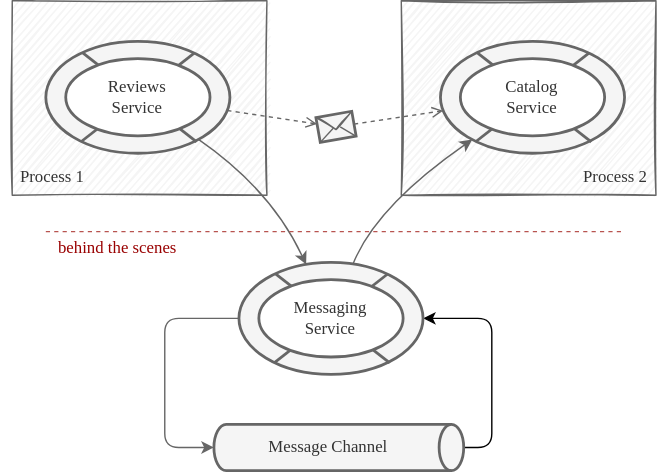
Earlier version of the draw.io export guides/messaging/assets/remote.drawio.svg (cap-js/docs). Source tidied: cells renumbered, new cells last; positions are measured from the earlier drawing's top-left corner, leaving out a move shared by most shapes.
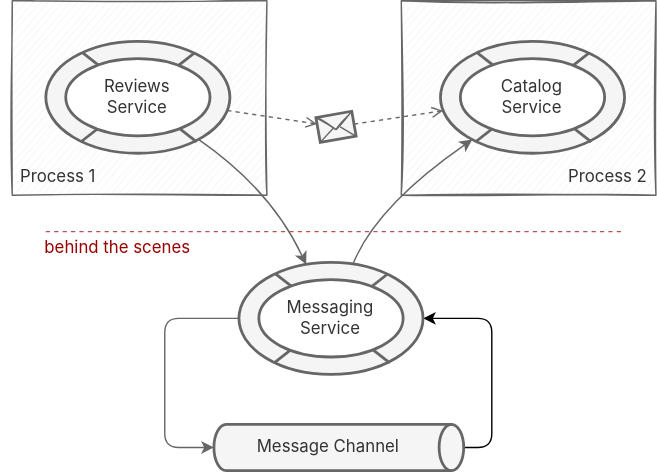
After the commit.

The edit, as a diff of the source:
```diff
@@ -2,78 +2,78 @@
   <root>
     <mxCell id="0" />
     <mxCell id="1" parent="0" />
-    <mxCell id="2" value="Process 1" style="rounded=0;whiteSpace=wrap;html=1;sketch=1;strokeWidth=1;fillColor=#f5f5f5;strokeColor=#666666;fontColor=#333333;fontFamily=Avenir Next Medium;align=left;verticalAlign=bottom;spacingBottom=4;spacingLeft=4;" parent="1" vertex="1">
+    <mxCell id="2" value="Process 1" style="rounded=0;whiteSpace=wrap;html=1;sketch=1;strokeWidth=1;fillColor=#f5f5f5;strokeColor=#666666;fontColor=#333333;fontFamily='Avenir Next', 'Inter var', 'Inter', Helvetica, Arial, sans-serif;align=left;verticalAlign=bottom;spacingBottom=4;spacingLeft=4;" parent="1" vertex="1">
       <mxGeometry x="8" width="182" height="139" as="geometry" />
     </mxCell>
-    <mxCell id="3" value="Process 2" style="rounded=0;whiteSpace=wrap;html=1;sketch=1;strokeWidth=1;fillColor=#f5f5f5;strokeColor=#666666;fontColor=#333333;fontFamily=Avenir Next Medium;align=right;verticalAlign=bottom;spacingBottom=4;spacingLeft=4;spacingRight=4;" parent="1" vertex="1">
+    <mxCell id="3" value="Process 2" style="rounded=0;whiteSpace=wrap;html=1;sketch=1;strokeWidth=1;fillColor=#f5f5f5;strokeColor=#666666;fontColor=#333333;fontFamily='Avenir Next', 'Inter var', 'Inter', Helvetica, Arial, sans-serif;align=right;verticalAlign=bottom;spacingBottom=4;spacingLeft=4;spacingRight=4;" parent="1" vertex="1">
       <mxGeometry x="286" width="182" height="139" as="geometry" />
     </mxCell>
-    <mxCell id="4" style="edgeStyle=orthogonalEdgeStyle;rounded=1;jettySize=auto;html=1;exitX=0.5;exitY=0;exitDx=0;exitDy=0;exitPerimeter=0;fontFamily=Avenir Next Medium;entryX=1;entryY=0.5;entryDx=0;entryDy=0;" parent="1" edge="1" source="5" target="25">
+    <mxCell id="4" style="edgeStyle=orthogonalEdgeStyle;rounded=1;jettySize=auto;html=1;exitX=0.5;exitY=0;exitDx=0;exitDy=0;exitPerimeter=0;fontFamily='Avenir Next', 'Inter var', 'Inter', Helvetica, Arial, sans-serif;entryX=1;entryY=0.5;entryDx=0;entryDy=0;" parent="1" edge="1" source="5" target="25">
       <mxGeometry relative="1" as="geometry" />
     </mxCell>
-    <mxCell id="5" value="Message Channel" style="shape=cylinder3;whiteSpace=wrap;html=1;boundedLbl=1;backgroundOutline=1;size=8.78571428571422;sketch=0;rotation=90;fillColor=#f5f5f5;strokeColor=#666666;fontColor=#333333;strokeWidth=2;verticalAlign=middle;horizontal=0;fontFamily=Avenir Next Medium;" parent="1" vertex="1">
+    <mxCell id="5" value="Message Channel" style="shape=cylinder3;whiteSpace=wrap;html=1;boundedLbl=1;backgroundOutline=1;size=8.78571428571422;sketch=0;rotation=90;fillColor=#f5f5f5;strokeColor=#666666;fontColor=#333333;strokeWidth=2;verticalAlign=middle;horizontal=0;fontFamily='Avenir Next', 'Inter var', 'Inter', Helvetica, Arial, sans-serif;" parent="1" vertex="1">
       <mxGeometry x="224.9" y="230" width="33" height="178.5" as="geometry" />
     </mxCell>
-    <mxCell id="6" style="group;fontFamily=Avenir Next Medium;" parent="1" vertex="1">
+    <mxCell id="6" style="group;fontFamily='Avenir Next', 'Inter var', 'Inter', Helvetica, Arial, sans-serif;" parent="1" vertex="1">
       <mxGeometry x="314" y="29" width="131.6" height="80" as="geometry" />
     </mxCell>
-    <mxCell id="7" style="ellipse;whiteSpace=wrap;html=1;strokeWidth=2;fillColor=#f5f5f5;strokeColor=#666666;fontColor=#333333;gradientDirection=south;fontFamily=Avenir Next Medium;" parent="6" vertex="1">
+    <mxCell id="7" style="ellipse;whiteSpace=wrap;html=1;strokeWidth=2;fillColor=#f5f5f5;strokeColor=#666666;fontColor=#333333;gradientDirection=south;fontFamily='Avenir Next', 'Inter var', 'Inter', Helvetica, Arial, sans-serif;" parent="6" vertex="1">
       <mxGeometry width="131.6" height="80" as="geometry" />
     </mxCell>
-    <mxCell id="8" style="rounded=0;orthogonalLoop=1;jettySize=auto;html=1;endArrow=none;endFill=0;strokeWidth=2;entryX=0.806;entryY=0.106;entryDx=0;entryDy=0;exitX=0.193;exitY=0.895;exitDx=0;exitDy=0;fillColor=#f5f5f5;strokeColor=#666666;entryPerimeter=0;exitPerimeter=0;fontFamily=Avenir Next Medium;" parent="6" edge="1" source="7" target="7">
+    <mxCell id="8" style="rounded=0;orthogonalLoop=1;jettySize=auto;html=1;endArrow=none;endFill=0;strokeWidth=2;entryX=0.806;entryY=0.106;entryDx=0;entryDy=0;exitX=0.193;exitY=0.895;exitDx=0;exitDy=0;fillColor=#f5f5f5;strokeColor=#666666;entryPerimeter=0;exitPerimeter=0;fontFamily='Avenir Next', 'Inter var', 'Inter', Helvetica, Arial, sans-serif;" parent="6" edge="1" source="7" target="7">
       <mxGeometry y="0.6" as="geometry" />
     </mxCell>
-    <mxCell id="9" style="rounded=0;orthogonalLoop=1;jettySize=auto;html=1;endArrow=none;endFill=0;strokeWidth=2;entryX=0.819;entryY=0.898;entryDx=0;entryDy=0;exitX=0.199;exitY=0.102;exitDx=0;exitDy=0;fillColor=#f5f5f5;strokeColor=#666666;exitPerimeter=0;entryPerimeter=0;fontFamily=Avenir Next Medium;" parent="6" edge="1" source="7" target="7">
+    <mxCell id="9" style="rounded=0;orthogonalLoop=1;jettySize=auto;html=1;endArrow=none;endFill=0;strokeWidth=2;entryX=0.819;entryY=0.898;entryDx=0;entryDy=0;exitX=0.199;exitY=0.102;exitDx=0;exitDy=0;fillColor=#f5f5f5;strokeColor=#666666;exitPerimeter=0;entryPerimeter=0;fontFamily='Avenir Next', 'Inter var', 'Inter', Helvetica, Arial, sans-serif;" parent="6" edge="1" source="7" target="7">
       <mxGeometry x="-69.9" y="-758.5" as="geometry" />
     </mxCell>
-    <mxCell id="10" value="Catalog&lt;br&gt;Service" style="ellipse;whiteSpace=wrap;html=1;strokeWidth=2;fontFamily=Avenir Next Medium;fillColor=#FFFFFF;strokeColor=#666666;fontColor=#333333;" parent="6" vertex="1">
+    <mxCell id="10" value="Catalog&lt;br&gt;Service" style="ellipse;whiteSpace=wrap;html=1;strokeWidth=2;fontFamily='Avenir Next', 'Inter var', 'Inter', Helvetica, Arial, sans-serif;fillColor=#FFFFFF;strokeColor=#666666;fontColor=#333333;" parent="6" vertex="1">
       <mxGeometry x="14.2" y="12.4" width="103.1" height="55.2" as="geometry" />
     </mxCell>
-    <mxCell id="11" style="edgeStyle=none;rounded=0;jumpStyle=none;jettySize=auto;html=1;fontFamily=Avenir Next Medium;endArrow=open;endFill=0;targetPerimeterSpacing=0;strokeColor=#666666;strokeWidth=1;fillColor=#f5f5f5;endSize=6;align=left;dashed=1;" parent="1" edge="1" source="19" target="13">
+    <mxCell id="11" style="edgeStyle=none;rounded=0;jumpStyle=none;jettySize=auto;html=1;fontFamily='Avenir Next', 'Inter var', 'Inter', Helvetica, Arial, sans-serif;endArrow=open;endFill=0;targetPerimeterSpacing=0;strokeColor=#666666;strokeWidth=1;fillColor=#f5f5f5;endSize=6;align=left;dashed=1;" parent="1" edge="1" source="19" target="13">
       <mxGeometry x="-264" y="-223" as="geometry" />
     </mxCell>
-    <mxCell id="12" style="group;fontFamily=Avenir Next Medium;" parent="1" vertex="1">
+    <mxCell id="12" style="group;fontFamily='Avenir Next', 'Inter var', 'Inter', Helvetica, Arial, sans-serif;" parent="1" vertex="1">
       <mxGeometry x="225" y="79" width="28.7" height="22.2" as="geometry" />
     </mxCell>
-    <mxCell id="13" style="rounded=0;whiteSpace=wrap;html=1;sketch=0;fontFamily=Avenir Next Medium;strokeColor=#666666;strokeWidth=2;fillColor=#f5f5f5;rotation=-10;fontColor=#333333;" parent="12" vertex="1">
+    <mxCell id="13" style="rounded=0;whiteSpace=wrap;html=1;sketch=0;fontFamily='Avenir Next', 'Inter var', 'Inter', Helvetica, Arial, sans-serif;strokeColor=#666666;strokeWidth=2;fillColor=#f5f5f5;rotation=-10;fontColor=#333333;" parent="12" vertex="1">
       <mxGeometry x="1.4" y="2.1" width="26" height="18" as="geometry" />
     </mxCell>
-    <mxCell id="14" style="edgeStyle=none;rounded=0;jumpStyle=none;orthogonalLoop=1;jettySize=auto;html=1;fontFamily=Avenir Next Medium;endArrow=none;endFill=0;targetPerimeterSpacing=0;strokeColor=#666666;strokeWidth=1;align=left;fillColor=#f5f5f5;exitX=0;exitY=0;exitDx=0;exitDy=0;entryX=1;entryY=0;entryDx=0;entryDy=0;sketch=1;" parent="12" edge="1" source="13" target="13">
+    <mxCell id="14" style="edgeStyle=none;rounded=0;jumpStyle=none;orthogonalLoop=1;jettySize=auto;html=1;fontFamily='Avenir Next', 'Inter var', 'Inter', Helvetica, Arial, sans-serif;endArrow=none;endFill=0;targetPerimeterSpacing=0;strokeColor=#666666;strokeWidth=1;align=left;fillColor=#f5f5f5;exitX=0;exitY=0;exitDx=0;exitDy=0;entryX=1;entryY=0;entryDx=0;entryDy=0;sketch=1;" parent="12" edge="1" source="13" target="13">
       <mxGeometry x="1.4" y="3.1" as="geometry">
         <Array as="points">
           <mxPoint x="14.4" y="13.1" />
         </Array>
       </mxGeometry>
     </mxCell>
-    <mxCell id="15" style="rounded=0;jumpStyle=none;jettySize=auto;html=1;fontFamily=Avenir Next Medium;endArrow=none;endFill=0;targetPerimeterSpacing=0;strokeColor=#666666;strokeWidth=1;align=left;fillColor=#f5f5f5;exitX=0;exitY=1;exitDx=0;exitDy=0;" parent="12" edge="1" source="13">
+    <mxCell id="15" style="rounded=0;jumpStyle=none;jettySize=auto;html=1;fontFamily='Avenir Next', 'Inter var', 'Inter', Helvetica, Arial, sans-serif;endArrow=none;endFill=0;targetPerimeterSpacing=0;strokeColor=#666666;strokeWidth=1;align=left;fillColor=#f5f5f5;exitX=0;exitY=1;exitDx=0;exitDy=0;" parent="12" edge="1" source="13">
       <mxGeometry x="1.4" y="3.1" as="geometry">
         <mxPoint x="12.4" y="12.1" as="targetPoint" />
       </mxGeometry>
     </mxCell>
-    <mxCell id="16" style="rounded=0;jumpStyle=none;jettySize=auto;html=1;fontFamily=Avenir Next Medium;endArrow=none;endFill=0;strokeColor=#666666;strokeWidth=1;align=left;fillColor=#f5f5f5;sourcePerimeterSpacing=0;entryX=0.992;entryY=0.997;entryDx=0;entryDy=0;entryPerimeter=0;" parent="12" edge="1" target="13">
+    <mxCell id="16" style="rounded=0;jumpStyle=none;jettySize=auto;html=1;fontFamily='Avenir Next', 'Inter var', 'Inter', Helvetica, Arial, sans-serif;endArrow=none;endFill=0;strokeColor=#666666;strokeWidth=1;align=left;fillColor=#f5f5f5;sourcePerimeterSpacing=0;entryX=0.992;entryY=0.997;entryDx=0;entryDy=0;entryPerimeter=0;" parent="12" edge="1" target="13">
       <mxGeometry x="1.4" y="3.1" as="geometry">
         <mxPoint x="17.4" y="11.1" as="sourcePoint" />
       </mxGeometry>
     </mxCell>
-    <mxCell id="17" style="edgeStyle=none;rounded=0;jumpStyle=none;jettySize=auto;html=1;fontFamily=Avenir Next Medium;endArrow=open;endFill=0;targetPerimeterSpacing=0;strokeColor=#666666;strokeWidth=1;fillColor=#f5f5f5;endSize=6;align=left;dashed=1;" parent="1" edge="1" source="13" target="7">
+    <mxCell id="17" style="edgeStyle=none;rounded=0;jumpStyle=none;jettySize=auto;html=1;fontFamily='Avenir Next', 'Inter var', 'Inter', Helvetica, Arial, sans-serif;endArrow=open;endFill=0;targetPerimeterSpacing=0;strokeColor=#666666;strokeWidth=1;fillColor=#f5f5f5;endSize=6;align=left;dashed=1;" parent="1" edge="1" source="13" target="7">
       <mxGeometry x="-264" y="-223" as="geometry" />
     </mxCell>
-    <mxCell id="18" style="group;fontFamily=Avenir Next Medium;" parent="1" vertex="1">
+    <mxCell id="18" style="group;fontFamily='Avenir Next', 'Inter var', 'Inter', Helvetica, Arial, sans-serif;" parent="1" vertex="1">
       <mxGeometry x="32" y="29" width="131.6" height="80" as="geometry" />
     </mxCell>
-    <mxCell id="19" style="ellipse;whiteSpace=wrap;html=1;strokeWidth=2;fillColor=#f5f5f5;strokeColor=#666666;fontColor=#333333;gradientDirection=south;fontFamily=Avenir Next Medium;" parent="18" vertex="1">
+    <mxCell id="19" style="ellipse;whiteSpace=wrap;html=1;strokeWidth=2;fillColor=#f5f5f5;strokeColor=#666666;fontColor=#333333;gradientDirection=south;fontFamily='Avenir Next', 'Inter var', 'Inter', Helvetica, Arial, sans-serif;" parent="18" vertex="1">
       <mxGeometry width="131.6" height="80" as="geometry" />
     </mxCell>
-    <mxCell id="20" style="rounded=0;orthogonalLoop=1;jettySize=auto;html=1;endArrow=none;endFill=0;strokeWidth=2;entryX=0.806;entryY=0.106;entryDx=0;entryDy=0;exitX=0.193;exitY=0.895;exitDx=0;exitDy=0;fillColor=#f5f5f5;strokeColor=#666666;entryPerimeter=0;exitPerimeter=0;fontFamily=Avenir Next Medium;" parent="18" edge="1" source="19" target="19">
+    <mxCell id="20" style="rounded=0;orthogonalLoop=1;jettySize=auto;html=1;endArrow=none;endFill=0;strokeWidth=2;entryX=0.806;entryY=0.106;entryDx=0;entryDy=0;exitX=0.193;exitY=0.895;exitDx=0;exitDy=0;fillColor=#f5f5f5;strokeColor=#666666;entryPerimeter=0;exitPerimeter=0;fontFamily='Avenir Next', 'Inter var', 'Inter', Helvetica, Arial, sans-serif;" parent="18" edge="1" source="19" target="19">
       <mxGeometry y="0.6" as="geometry" />
     </mxCell>
-    <mxCell id="21" style="rounded=0;orthogonalLoop=1;jettySize=auto;html=1;endArrow=none;endFill=0;strokeWidth=2;entryX=0.819;entryY=0.898;entryDx=0;entryDy=0;exitX=0.199;exitY=0.102;exitDx=0;exitDy=0;fillColor=#f5f5f5;strokeColor=#666666;exitPerimeter=0;entryPerimeter=0;fontFamily=Avenir Next Medium;" parent="18" edge="1" source="19" target="19">
+    <mxCell id="21" style="rounded=0;orthogonalLoop=1;jettySize=auto;html=1;endArrow=none;endFill=0;strokeWidth=2;entryX=0.819;entryY=0.898;entryDx=0;entryDy=0;exitX=0.199;exitY=0.102;exitDx=0;exitDy=0;fillColor=#f5f5f5;strokeColor=#666666;exitPerimeter=0;entryPerimeter=0;fontFamily='Avenir Next', 'Inter var', 'Inter', Helvetica, Arial, sans-serif;" parent="18" edge="1" source="19" target="19">
       <mxGeometry x="-69.9" y="-758.5" as="geometry" />
     </mxCell>
-    <mxCell id="22" value="Reviews&lt;br&gt;Service" style="ellipse;whiteSpace=wrap;html=1;strokeWidth=2;fontFamily=Avenir Next Medium;fillColor=#FFFFFF;strokeColor=#666666;fontColor=#333333;" parent="18" vertex="1">
+    <mxCell id="22" value="Reviews&lt;br&gt;Service" style="ellipse;whiteSpace=wrap;html=1;strokeWidth=2;fontFamily='Avenir Next', 'Inter var', 'Inter', Helvetica, Arial, sans-serif;fillColor=#FFFFFF;strokeColor=#666666;fontColor=#333333;" parent="18" vertex="1">
       <mxGeometry x="14.2" y="12.4" width="103.1" height="55.2" as="geometry" />
     </mxCell>
-    <mxCell id="23" style="edgeStyle=orthogonalEdgeStyle;rounded=1;jettySize=auto;html=1;exitX=0;exitY=0.5;exitDx=0;exitDy=0;entryX=0.5;entryY=1;entryDx=0;entryDy=0;entryPerimeter=0;fontFamily=Avenir Next Medium;fillColor=#f5f5f5;strokeColor=#666666;" parent="1" edge="1" source="25" target="5">
+    <mxCell id="23" style="edgeStyle=orthogonalEdgeStyle;rounded=1;jettySize=auto;html=1;exitX=0;exitY=0.5;exitDx=0;exitDy=0;entryX=0.5;entryY=1;entryDx=0;entryDy=0;entryPerimeter=0;fontFamily='Avenir Next', 'Inter var', 'Inter', Helvetica, Arial, sans-serif;fillColor=#f5f5f5;strokeColor=#666666;" parent="1" edge="1" source="25" target="5">
       <mxGeometry relative="1" as="geometry">
         <Array as="points">
           <mxPoint x="117" y="227" />
@@ -81,39 +81,39 @@
         </Array>
       </mxGeometry>
     </mxCell>
-    <mxCell id="24" style="group;fontFamily=Avenir Next Medium;" parent="1" vertex="1">
+    <mxCell id="24" style="group;fontFamily='Avenir Next', 'Inter var', 'Inter', Helvetica, Arial, sans-serif;" parent="1" vertex="1">
       <mxGeometry x="170" y="187" width="131.6" height="80" as="geometry" />
     </mxCell>
-    <mxCell id="25" style="ellipse;whiteSpace=wrap;html=1;strokeWidth=2;fillColor=#f5f5f5;strokeColor=#666666;fontColor=#333333;gradientDirection=south;fontFamily=Avenir Next Medium;" parent="24" vertex="1">
+    <mxCell id="25" style="ellipse;whiteSpace=wrap;html=1;strokeWidth=2;fillColor=#f5f5f5;strokeColor=#666666;fontColor=#333333;gradientDirection=south;fontFamily='Avenir Next', 'Inter var', 'Inter', Helvetica, Arial, sans-serif;" parent="24" vertex="1">
       <mxGeometry width="131.6" height="80" as="geometry" />
     </mxCell>
-    <mxCell id="26" style="rounded=0;orthogonalLoop=1;jettySize=auto;html=1;endArrow=none;endFill=0;strokeWidth=2;entryX=0.806;entryY=0.106;entryDx=0;entryDy=0;exitX=0.193;exitY=0.895;exitDx=0;exitDy=0;fillColor=#f5f5f5;strokeColor=#666666;entryPerimeter=0;exitPerimeter=0;fontFamily=Avenir Next Medium;" parent="24" edge="1" source="25" target="25">
+    <mxCell id="26" style="rounded=0;orthogonalLoop=1;jettySize=auto;html=1;endArrow=none;endFill=0;strokeWidth=2;entryX=0.806;entryY=0.106;entryDx=0;entryDy=0;exitX=0.193;exitY=0.895;exitDx=0;exitDy=0;fillColor=#f5f5f5;strokeColor=#666666;entryPerimeter=0;exitPerimeter=0;fontFamily='Avenir Next', 'Inter var', 'Inter', Helvetica, Arial, sans-serif;" parent="24" edge="1" source="25" target="25">
       <mxGeometry y="0.6" as="geometry" />
     </mxCell>
-    <mxCell id="27" style="rounded=0;orthogonalLoop=1;jettySize=auto;html=1;endArrow=none;endFill=0;strokeWidth=2;entryX=0.819;entryY=0.898;entryDx=0;entryDy=0;exitX=0.199;exitY=0.102;exitDx=0;exitDy=0;fillColor=#f5f5f5;strokeColor=#666666;exitPerimeter=0;entryPerimeter=0;fontFamily=Avenir Next Medium;" parent="24" edge="1" source="25" target="25">
+    <mxCell id="27" style="rounded=0;orthogonalLoop=1;jettySize=auto;html=1;endArrow=none;endFill=0;strokeWidth=2;entryX=0.819;entryY=0.898;entryDx=0;entryDy=0;exitX=0.199;exitY=0.102;exitDx=0;exitDy=0;fillColor=#f5f5f5;strokeColor=#666666;exitPerimeter=0;entryPerimeter=0;fontFamily='Avenir Next', 'Inter var', 'Inter', Helvetica, Arial, sans-serif;" parent="24" edge="1" source="25" target="25">
       <mxGeometry x="-69.9" y="-758.5" as="geometry" />
     </mxCell>
-    <mxCell id="28" value="Messaging&lt;br&gt;Service" style="ellipse;whiteSpace=wrap;html=1;strokeWidth=2;fontFamily=Avenir Next Medium;fillColor=#FFFFFF;strokeColor=#666666;fontColor=#333333;" parent="24" vertex="1">
+    <mxCell id="28" value="Messaging&lt;br&gt;Service" style="ellipse;whiteSpace=wrap;html=1;strokeWidth=2;fontFamily='Avenir Next', 'Inter var', 'Inter', Helvetica, Arial, sans-serif;fillColor=#FFFFFF;strokeColor=#666666;fontColor=#333333;" parent="24" vertex="1">
       <mxGeometry x="14.2" y="12.4" width="103.1" height="55.2" as="geometry" />
     </mxCell>
-    <mxCell id="29" style="jettySize=auto;html=1;fontFamily=Avenir Next Medium;fillColor=#f5f5f5;strokeColor=#666666;curved=1;" parent="1" edge="1" source="19" target="25">
+    <mxCell id="29" style="jettySize=auto;html=1;fontFamily='Avenir Next', 'Inter var', 'Inter', Helvetica, Arial, sans-serif;fillColor=#f5f5f5;strokeColor=#666666;curved=1;" parent="1" edge="1" source="19" target="25">
       <mxGeometry relative="1" as="geometry">
         <Array as="points">
           <mxPoint x="193" y="135" />
         </Array>
       </mxGeometry>
     </mxCell>
-    <mxCell id="30" style="jettySize=auto;html=1;fontFamily=Avenir Next Medium;fillColor=#f5f5f5;strokeColor=#666666;curved=1;" parent="1" edge="1" source="25" target="7">
+    <mxCell id="30" style="jettySize=auto;html=1;fontFamily='Avenir Next', 'Inter var', 'Inter', Helvetica, Arial, sans-serif;fillColor=#f5f5f5;strokeColor=#666666;curved=1;" parent="1" edge="1" source="25" target="7">
       <mxGeometry relative="1" as="geometry">
         <Array as="points">
           <mxPoint x="268" y="147" />
         </Array>
       </mxGeometry>
     </mxCell>
-    <mxCell id="31" style="verticalLabelPosition=bottom;shadow=0;dashed=1;align=center;html=1;verticalAlign=top;strokeWidth=1;shape=mxgraph.mockup.markup.line;strokeColor=#b85450;fontFamily=Avenir Next Medium;fillColor=#f8cecc;" parent="1" vertex="1">
+    <mxCell id="31" style="verticalLabelPosition=bottom;shadow=0;dashed=1;align=center;html=1;verticalAlign=top;strokeWidth=1;shape=mxgraph.mockup.markup.line;strokeColor=#b85450;fontFamily='Avenir Next', 'Inter var', 'Inter', Helvetica, Arial, sans-serif;fillColor=#f8cecc;" parent="1" vertex="1">
       <mxGeometry x="32" y="155" width="413" height="20" as="geometry" />
     </mxCell>
-    <mxCell id="32" value="behind the scenes" style="text;html=1;strokeColor=none;fillColor=none;align=center;verticalAlign=middle;whiteSpace=wrap;rounded=0;dashed=1;fontFamily=Avenir Next Medium;fontColor=#990000;" parent="1" vertex="1">
+    <mxCell id="32" value="behind the scenes" style="text;html=1;strokeColor=none;fillColor=none;align=center;verticalAlign=middle;whiteSpace=wrap;rounded=0;dashed=1;fontFamily='Avenir Next', 'Inter var', 'Inter', Helvetica, Arial, sans-serif;fontColor=#990000;" parent="1" vertex="1">
       <mxGeometry y="162" width="167" height="30" as="geometry" />
     </mxCell>
   </root>
```
